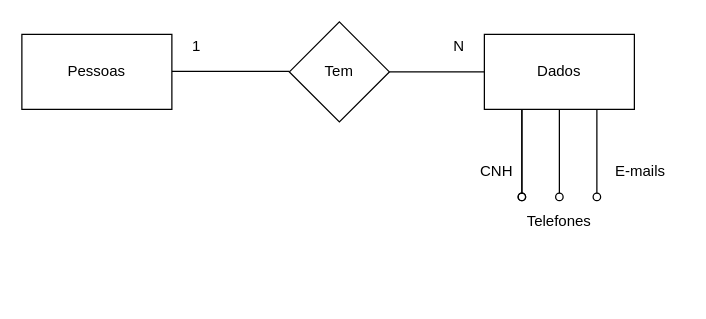
Matheus-neri1998/Senai_sprint1_bd keeps this draw.io diagram as page "conceitual" (1 of 2) of exercicios/1.1-exercicio-pessoas/exercicio1.1_senai.drawio. Above is the earlier version. Source tidied: cells renumbered, new cells numbered last; positions are measured from the earlier drawing's top-left corner, leaving out a move shared by most shapes. Both pictures are drawn from the tidied source at 125%, with x=0, y=0 at pixel (21, 21).
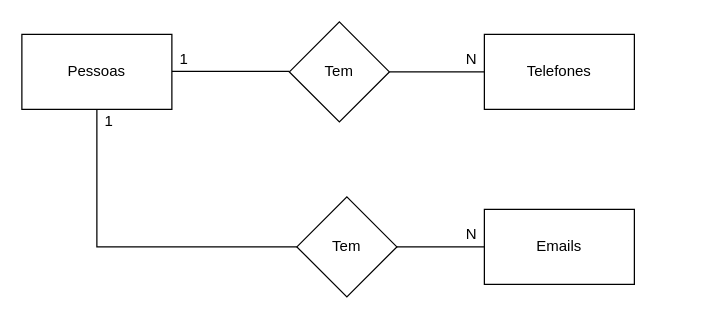
After the change.

The change refers to these unchanged cells:
```xml
<mxCell id="3" value="Pessoas" style="rounded=0;whiteSpace=wrap;html=1;" parent="1" vertex="1">
  <mxGeometry y="10" width="120" height="60" as="geometry" />
</mxCell>
<mxCell id="11" value="Tem" style="rhombus;whiteSpace=wrap;html=1;" parent="1" vertex="1">
  <mxGeometry x="214" width="80" height="80" as="geometry" />
</mxCell>
```

Change to the diagram source:
```diff
@@
+    <mxCell id="16" style="edgeStyle=orthogonalEdgeStyle;rounded=0;jettySize=auto;html=1;exitX=0.5;exitY=1;exitDx=0;exitDy=0;endArrow=none;endFill=0;" parent="1" edge="1" source="3">
+      <mxGeometry relative="1" as="geometry">
+        <mxPoint x="220" y="180" as="targetPoint" />
+        <Array as="points">
+          <mxPoint x="60" y="130" />
+          <mxPoint x="60" y="130" />
+        </Array>
+      </mxGeometry>
+    </mxCell>
@@
-    <mxCell id="4" style="edgeStyle=orthogonalEdgeStyle;rounded=0;jettySize=auto;html=1;exitX=0.25;exitY=1;exitDx=0;exitDy=0;endArrow=oval;endFill=0;" parent="1" edge="1" source="7">
-      <mxGeometry relative="1" as="geometry">
-        <mxPoint x="400" y="140" as="targetPoint" />
-        <Array as="points">
-          <mxPoint x="400" y="100" />
-          <mxPoint x="400" y="100" />
-        </Array>
-      </mxGeometry>
-    </mxCell>
-    <mxCell id="5" style="edgeStyle=orthogonalEdgeStyle;rounded=0;jettySize=auto;html=1;exitX=0.5;exitY=1;exitDx=0;exitDy=0;endArrow=oval;endFill=0;strokeColor=#000000;" parent="1" edge="1" source="7">
-      <mxGeometry relative="1" as="geometry">
-        <mxPoint x="430" y="140" as="targetPoint" />
-      </mxGeometry>
-    </mxCell>
-    <mxCell id="6" style="edgeStyle=orthogonalEdgeStyle;rounded=0;jettySize=auto;html=1;exitX=0.75;exitY=1;exitDx=0;exitDy=0;endArrow=oval;endFill=0;strokeColor=#000000;" parent="1" edge="1" source="7">
-      <mxGeometry relative="1" as="geometry">
-        <mxPoint x="460" y="140" as="targetPoint" />
-      </mxGeometry>
-    </mxCell>
-    <mxCell id="7" value="Dados" style="rounded=0;whiteSpace=wrap;html=1;" parent="1" vertex="1">
-      <mxGeometry x="370" y="10" width="120" height="60" as="geometry" />
-    </mxCell>
     <mxCell id="8" value="1" style="text;html=1;strokeColor=none;fillColor=none;align=center;verticalAlign=middle;whiteSpace=wrap;rounded=0;" parent="1" vertex="1">
-      <mxGeometry x="120" y="10" width="40" height="20" as="geometry" />
+      <mxGeometry x="50" y="70" width="40" height="20" as="geometry" />
     </mxCell>
     <mxCell id="9" value="N" style="text;html=1;strokeColor=none;fillColor=none;align=center;verticalAlign=middle;whiteSpace=wrap;rounded=0;" parent="1" vertex="1">
-      <mxGeometry x="330" y="10" width="40" height="20" as="geometry" />
+      <mxGeometry x="340" y="20" width="40" height="20" as="geometry" />
     </mxCell>
-    <mxCell id="10" style="edgeStyle=orthogonalEdgeStyle;rounded=0;jettySize=auto;html=1;exitX=1;exitY=0.5;exitDx=0;exitDy=0;entryX=0;entryY=0.5;entryDx=0;entryDy=0;endArrow=none;endFill=0;" parent="1" edge="1" source="11" target="7">
-      <mxGeometry relative="1" as="geometry" />
+    <mxCell id="10" style="edgeStyle=orthogonalEdgeStyle;rounded=0;jettySize=auto;html=1;exitX=1;exitY=0.5;exitDx=0;exitDy=0;entryX=0;entryY=0.5;entryDx=0;entryDy=0;endArrow=none;endFill=0;" parent="1" edge="1" source="11">
+      <mxGeometry relative="1" as="geometry">
+        <mxPoint x="370" y="40" as="targetPoint" />
+      </mxGeometry>
     </mxCell>
@@
-    <mxCell id="12" style="edgeStyle=orthogonalEdgeStyle;rounded=0;jettySize=auto;html=1;exitX=0.25;exitY=1;exitDx=0;exitDy=0;endArrow=oval;endFill=0;" parent="1" edge="1" source="7">
-      <mxGeometry relative="1" as="geometry">
-        <mxPoint x="400" y="140" as="targetPoint" />
-        <Array as="points">
-          <mxPoint x="400" y="110" />
-          <mxPoint x="400" y="110" />
-        </Array>
-      </mxGeometry>
-    </mxCell>
-    <mxCell id="13" value="CNH" style="text;html=1;strokeColor=none;fillColor=none;align=center;verticalAlign=middle;whiteSpace=wrap;rounded=0;" parent="1" vertex="1">
-      <mxGeometry x="360" y="110" width="40" height="20" as="geometry" />
-    </mxCell>
-    <mxCell id="14" value="E-mails" style="text;html=1;strokeColor=none;fillColor=none;align=center;verticalAlign=middle;whiteSpace=wrap;rounded=0;" parent="1" vertex="1">
-      <mxGeometry x="460" y="110" width="70" height="20" as="geometry" />
-    </mxCell>
-    <mxCell id="15" value="Telefones" style="text;html=1;strokeColor=none;fillColor=none;align=center;verticalAlign=middle;whiteSpace=wrap;rounded=0;" parent="1" vertex="1">
-      <mxGeometry x="410" y="150" width="40" height="20" as="geometry" />
+    <mxCell id="15" value="Telefones" style="rounded=0;whiteSpace=wrap;html=1;" parent="1" vertex="1">
+      <mxGeometry x="370" y="10" width="120" height="60" as="geometry" />
     </mxCell>
+    <mxCell id="17" style="edgeStyle=orthogonalEdgeStyle;rounded=0;jettySize=auto;html=1;exitX=1;exitY=0.5;exitDx=0;exitDy=0;endArrow=none;endFill=0;" parent="1" edge="1" source="18">
+      <mxGeometry relative="1" as="geometry">
+        <mxPoint x="370" y="180" as="targetPoint" />
+      </mxGeometry>
+    </mxCell>
+    <mxCell id="18" value="Tem" style="rhombus;whiteSpace=wrap;html=1;" parent="1" vertex="1">
+      <mxGeometry x="220" y="140" width="80" height="80" as="geometry" />
+    </mxCell>
+    <mxCell id="19" value="Emails" style="rounded=0;whiteSpace=wrap;html=1;" parent="1" vertex="1">
+      <mxGeometry x="370" y="150" width="120" height="60" as="geometry" />
+    </mxCell>
+    <mxCell id="20" value="1" style="text;html=1;strokeColor=none;fillColor=none;align=center;verticalAlign=middle;whiteSpace=wrap;rounded=0;" parent="1" vertex="1">
+      <mxGeometry x="110" y="20" width="40" height="20" as="geometry" />
+    </mxCell>
+    <mxCell id="21" value="N" style="text;html=1;strokeColor=none;fillColor=none;align=center;verticalAlign=middle;whiteSpace=wrap;rounded=0;" parent="1" vertex="1">
+      <mxGeometry x="340" y="160" width="40" height="20" as="geometry" />
+    </mxCell>
```
